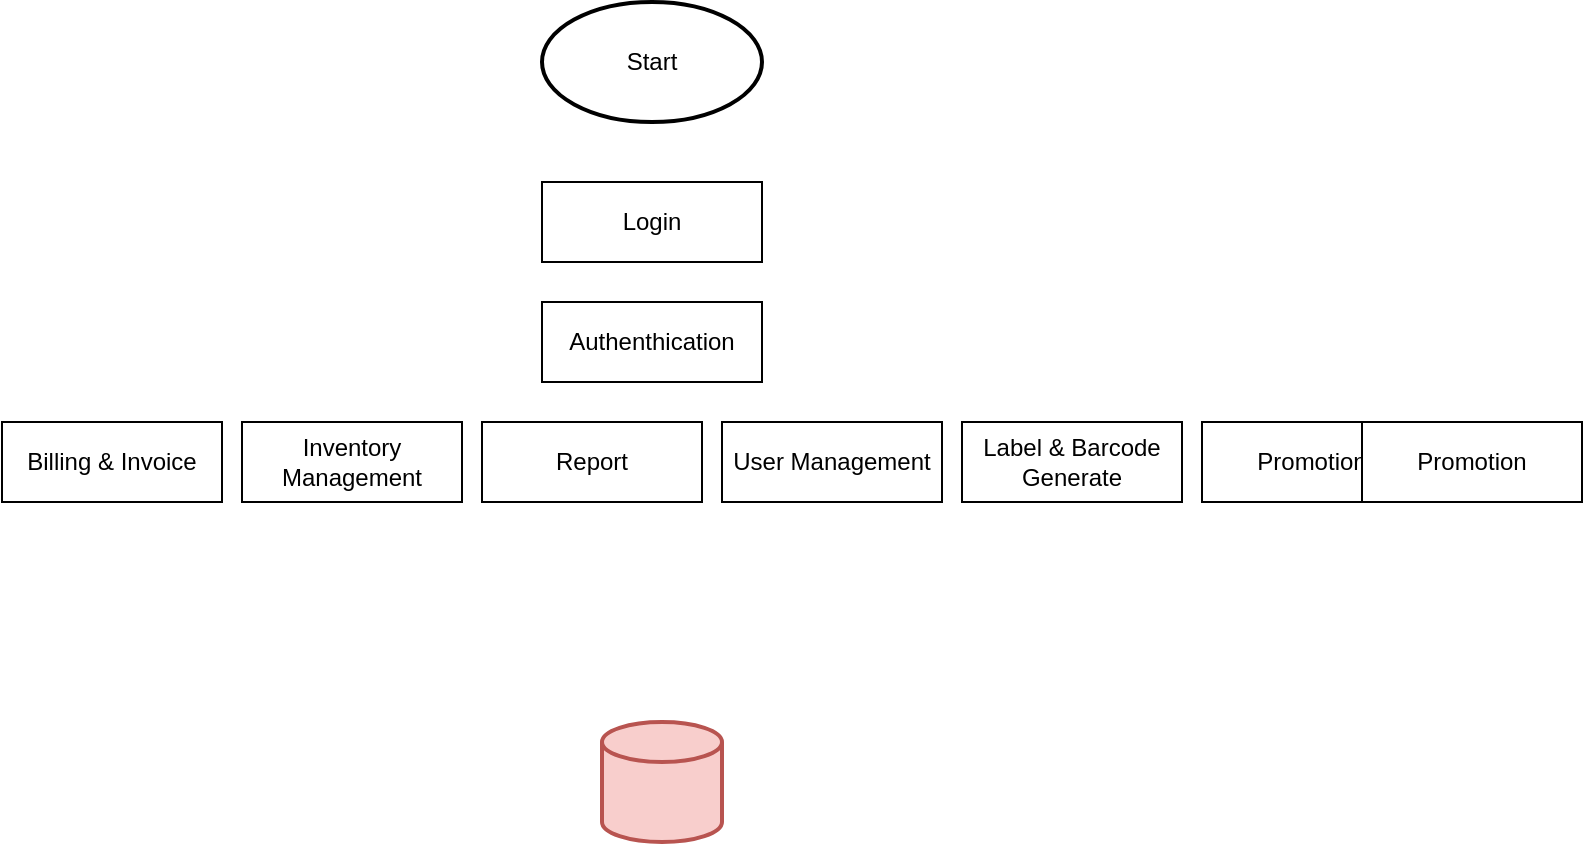
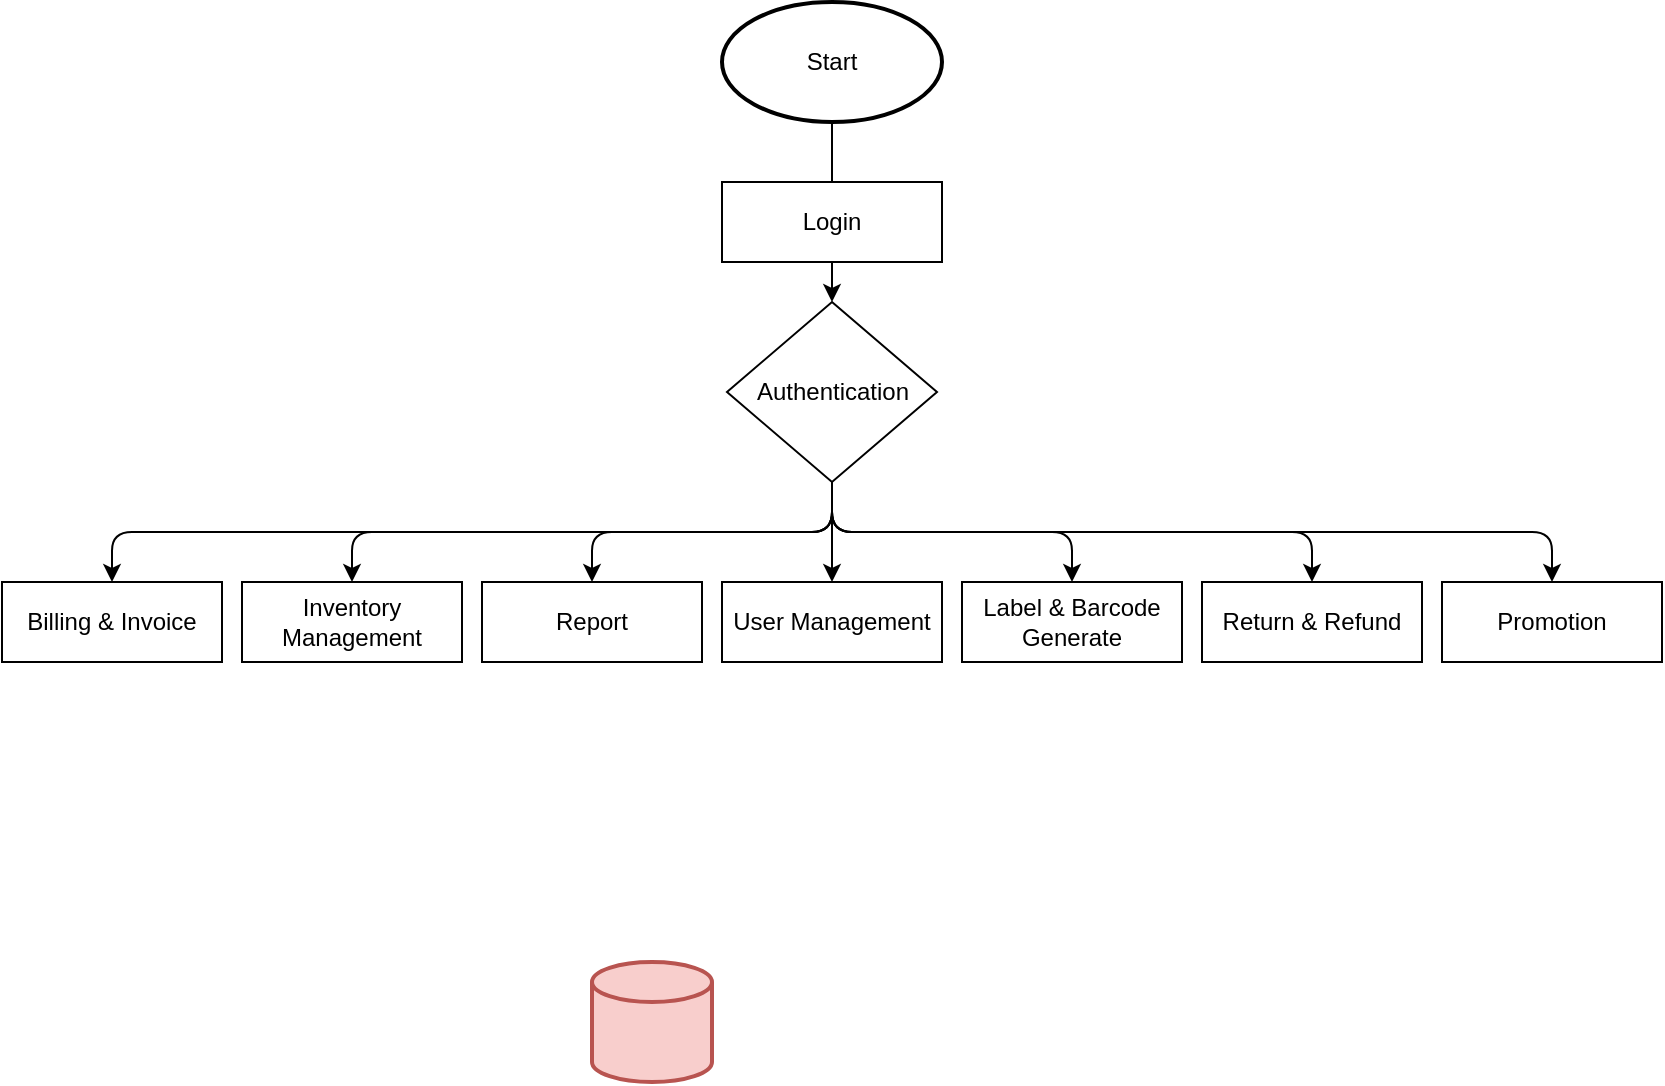
<mxfile host="app.diagrams.net">
  <diagram name="Page-1" id="T8X5T4ipKH7LPoEU0lZ8">
-     <mxGraphModel dx="798" dy="513" grid="1" gridSize="10" guides="1" tooltips="1" connect="1" arrows="1" fold="1" page="1" pageScale="1" pageWidth="827" pageHeight="1169" math="0" shadow="0">
+     <mxGraphModel dx="1140" dy="733" grid="1" gridSize="10" guides="1" tooltips="1" connect="1" arrows="1" fold="1" page="1" pageScale="1" pageWidth="1169" pageHeight="1654" math="0" shadow="0">
      <root>
        <mxCell id="0" />
        <mxCell id="1" parent="0" />
        <mxCell id="o-ckGW3FgYWp_r8-CAn1-1" parent="1" style="strokeWidth=2;html=1;shape=mxgraph.flowchart.database;whiteSpace=wrap;fillColor=#f8cecc;strokeColor=#b85450;fillStyle=auto;" value="" vertex="1">
-           <mxGeometry height="60" width="60" x="320" y="390" as="geometry" />
+           <mxGeometry height="60" width="60" x="315" y="490" as="geometry" />
+         </mxCell>
+         <mxCell id="2ErcFpOtvGnYndQNyDVl-1" edge="1" parent="1" source="o-ckGW3FgYWp_r8-CAn1-3" style="edgeStyle=orthogonalEdgeStyle;rounded=0;orthogonalLoop=1;jettySize=auto;html=1;entryX=0.5;entryY=0;entryDx=0;entryDy=0;" target="2ErcFpOtvGnYndQNyDVl-12" value="">
+           <mxGeometry relative="1" as="geometry">
+             <mxPoint x="434.9999999999998" y="160" as="targetPoint" />
+           </mxGeometry>
        </mxCell>
        <mxCell id="o-ckGW3FgYWp_r8-CAn1-3" parent="1" style="strokeWidth=2;html=1;shape=mxgraph.flowchart.start_1;whiteSpace=wrap;" value="Start" vertex="1">
-           <mxGeometry height="60" width="110" x="290" y="30" as="geometry" />
+           <mxGeometry height="60" width="110" x="380" y="10" as="geometry" />
        </mxCell>
        <mxCell id="o-ckGW3FgYWp_r8-CAn1-5" parent="1" style="rounded=0;whiteSpace=wrap;html=1;" value="Login" vertex="1">
-           <mxGeometry height="40" width="110" x="290" y="120" as="geometry" />
-         </mxCell>
-         <mxCell id="o-ckGW3FgYWp_r8-CAn1-7" parent="1" style="rounded=0;whiteSpace=wrap;html=1;" value="Authenthication" vertex="1">
-           <mxGeometry height="40" width="110" x="290" y="180" as="geometry" />
+           <mxGeometry height="40" width="110" x="380" y="100" as="geometry" />
        </mxCell>
        <mxCell id="o-ckGW3FgYWp_r8-CAn1-9" parent="1" style="rounded=0;whiteSpace=wrap;html=1;" value="Billing &amp;amp; Invoice" vertex="1">
-           <mxGeometry height="40" width="110" x="20" y="240" as="geometry" />
+           <mxGeometry height="40" width="110" x="20" y="300" as="geometry" />
        </mxCell>
        <mxCell id="o-ckGW3FgYWp_r8-CAn1-10" parent="1" style="rounded=0;whiteSpace=wrap;html=1;" value="Inventory Management" vertex="1">
-           <mxGeometry height="40" width="110" x="140" y="240" as="geometry" />
+           <mxGeometry height="40" width="110" x="140" y="300" as="geometry" />
        </mxCell>
        <mxCell id="o-ckGW3FgYWp_r8-CAn1-11" parent="1" style="rounded=0;whiteSpace=wrap;html=1;" value="Report" vertex="1">
-           <mxGeometry height="40" width="110" x="260" y="240" as="geometry" />
+           <mxGeometry height="40" width="110" x="260" y="300" as="geometry" />
        </mxCell>
        <mxCell id="o-ckGW3FgYWp_r8-CAn1-12" parent="1" style="rounded=0;whiteSpace=wrap;html=1;" value="User Management" vertex="1">
-           <mxGeometry height="40" width="110" x="380" y="240" as="geometry" />
+           <mxGeometry height="40" width="110" x="380" y="300" as="geometry" />
        </mxCell>
        <mxCell id="o-ckGW3FgYWp_r8-CAn1-13" parent="1" style="rounded=0;whiteSpace=wrap;html=1;" value="Label &amp;amp; Barcode Generate" vertex="1">
-           <mxGeometry height="40" width="110" x="500" y="240" as="geometry" />
+           <mxGeometry height="40" width="110" x="500" y="300" as="geometry" />
        </mxCell>
        <mxCell id="o-ckGW3FgYWp_r8-CAn1-14" parent="1" style="rounded=0;whiteSpace=wrap;html=1;" value="Promotion" vertex="1">
-           <mxGeometry height="40" width="110" x="620" y="240" as="geometry" />
+           <mxGeometry height="40" width="110" x="740" y="300" as="geometry" />
        </mxCell>
-         <mxCell id="o-ckGW3FgYWp_r8-CAn1-15" parent="1" style="rounded=0;whiteSpace=wrap;html=1;" value="Promotion" vertex="1">
-           <mxGeometry height="40" width="110" x="700" y="240" as="geometry" />
+         <mxCell id="o-ckGW3FgYWp_r8-CAn1-15" parent="1" style="rounded=0;whiteSpace=wrap;html=1;" value="Return &amp;amp; Refund" vertex="1">
+           <mxGeometry height="40" width="110" x="620" y="300" as="geometry" />
+         </mxCell>
+         <mxCell id="2ErcFpOtvGnYndQNyDVl-12" parent="1" style="rhombus;whiteSpace=wrap;html=1;" value="Authentication" vertex="1">
+           <mxGeometry height="90" width="105" x="382.5" y="160" as="geometry" />
+         </mxCell>
+         <mxCell id="2ErcFpOtvGnYndQNyDVl-17" edge="1" parent="1" source="2ErcFpOtvGnYndQNyDVl-12" style="endArrow=classic;html=1;rounded=1;exitX=0.5;exitY=1;exitDx=0;exitDy=0;entryX=0.5;entryY=0;entryDx=0;entryDy=0;edgeStyle=orthogonalEdgeStyle;curved=0;" target="o-ckGW3FgYWp_r8-CAn1-9" value="">
+           <mxGeometry height="50" relative="1" width="50" as="geometry">
+             <mxPoint x="550" y="110" as="sourcePoint" />
+             <mxPoint x="600" y="60" as="targetPoint" />
+           </mxGeometry>
+         </mxCell>
+         <mxCell id="2ErcFpOtvGnYndQNyDVl-18" edge="1" parent="1" source="2ErcFpOtvGnYndQNyDVl-12" style="endArrow=classic;html=1;rounded=1;exitX=0.5;exitY=1;exitDx=0;exitDy=0;entryX=0.5;entryY=0;entryDx=0;entryDy=0;edgeStyle=orthogonalEdgeStyle;curved=0;" target="o-ckGW3FgYWp_r8-CAn1-10" value="">
+           <mxGeometry height="50" relative="1" width="50" as="geometry">
+             <mxPoint x="550" y="110" as="sourcePoint" />
+             <mxPoint x="600" y="60" as="targetPoint" />
+           </mxGeometry>
+         </mxCell>
+         <mxCell id="2ErcFpOtvGnYndQNyDVl-19" edge="1" parent="1" source="2ErcFpOtvGnYndQNyDVl-12" style="endArrow=classic;html=1;rounded=1;exitX=0.5;exitY=1;exitDx=0;exitDy=0;entryX=0.5;entryY=0;entryDx=0;entryDy=0;edgeStyle=orthogonalEdgeStyle;curved=0;" target="o-ckGW3FgYWp_r8-CAn1-11" value="">
+           <mxGeometry height="50" relative="1" width="50" as="geometry">
+             <mxPoint x="550" y="110" as="sourcePoint" />
+             <mxPoint x="600" y="60" as="targetPoint" />
+           </mxGeometry>
+         </mxCell>
+         <mxCell id="2ErcFpOtvGnYndQNyDVl-20" edge="1" parent="1" source="2ErcFpOtvGnYndQNyDVl-12" style="endArrow=classic;html=1;rounded=1;exitX=0.5;exitY=1;exitDx=0;exitDy=0;entryX=0.5;entryY=0;entryDx=0;entryDy=0;edgeStyle=orthogonalEdgeStyle;curved=0;" target="o-ckGW3FgYWp_r8-CAn1-12" value="">
+           <mxGeometry height="50" relative="1" width="50" as="geometry">
+             <mxPoint x="550" y="110" as="sourcePoint" />
+             <mxPoint x="600" y="60" as="targetPoint" />
+           </mxGeometry>
+         </mxCell>
+         <mxCell id="2ErcFpOtvGnYndQNyDVl-21" edge="1" parent="1" source="2ErcFpOtvGnYndQNyDVl-12" style="endArrow=classic;html=1;rounded=1;exitX=0.5;exitY=1;exitDx=0;exitDy=0;entryX=0.5;entryY=0;entryDx=0;entryDy=0;edgeStyle=orthogonalEdgeStyle;curved=0;" target="o-ckGW3FgYWp_r8-CAn1-13" value="">
+           <mxGeometry height="50" relative="1" width="50" as="geometry">
+             <mxPoint x="550" y="110" as="sourcePoint" />
+             <mxPoint x="600" y="60" as="targetPoint" />
+           </mxGeometry>
+         </mxCell>
+         <mxCell id="2ErcFpOtvGnYndQNyDVl-22" edge="1" parent="1" source="2ErcFpOtvGnYndQNyDVl-12" style="endArrow=classic;html=1;rounded=1;exitX=0.5;exitY=1;exitDx=0;exitDy=0;entryX=0.5;entryY=0;entryDx=0;entryDy=0;edgeStyle=orthogonalEdgeStyle;curved=0;" target="o-ckGW3FgYWp_r8-CAn1-14" value="">
+           <mxGeometry height="50" relative="1" width="50" as="geometry">
+             <mxPoint x="550" y="110" as="sourcePoint" />
+             <mxPoint x="600" y="60" as="targetPoint" />
+           </mxGeometry>
+         </mxCell>
+         <mxCell id="2ErcFpOtvGnYndQNyDVl-23" edge="1" parent="1" source="2ErcFpOtvGnYndQNyDVl-12" style="endArrow=classic;html=1;rounded=1;exitX=0.5;exitY=1;exitDx=0;exitDy=0;entryX=0.5;entryY=0;entryDx=0;entryDy=0;edgeStyle=orthogonalEdgeStyle;curved=0;" target="o-ckGW3FgYWp_r8-CAn1-15" value="">
+           <mxGeometry height="50" relative="1" width="50" as="geometry">
+             <mxPoint x="550" y="110" as="sourcePoint" />
+             <mxPoint x="600" y="60" as="targetPoint" />
+           </mxGeometry>
        </mxCell>
      </root>
    </mxGraphModel>
  </diagram>
</mxfile>
